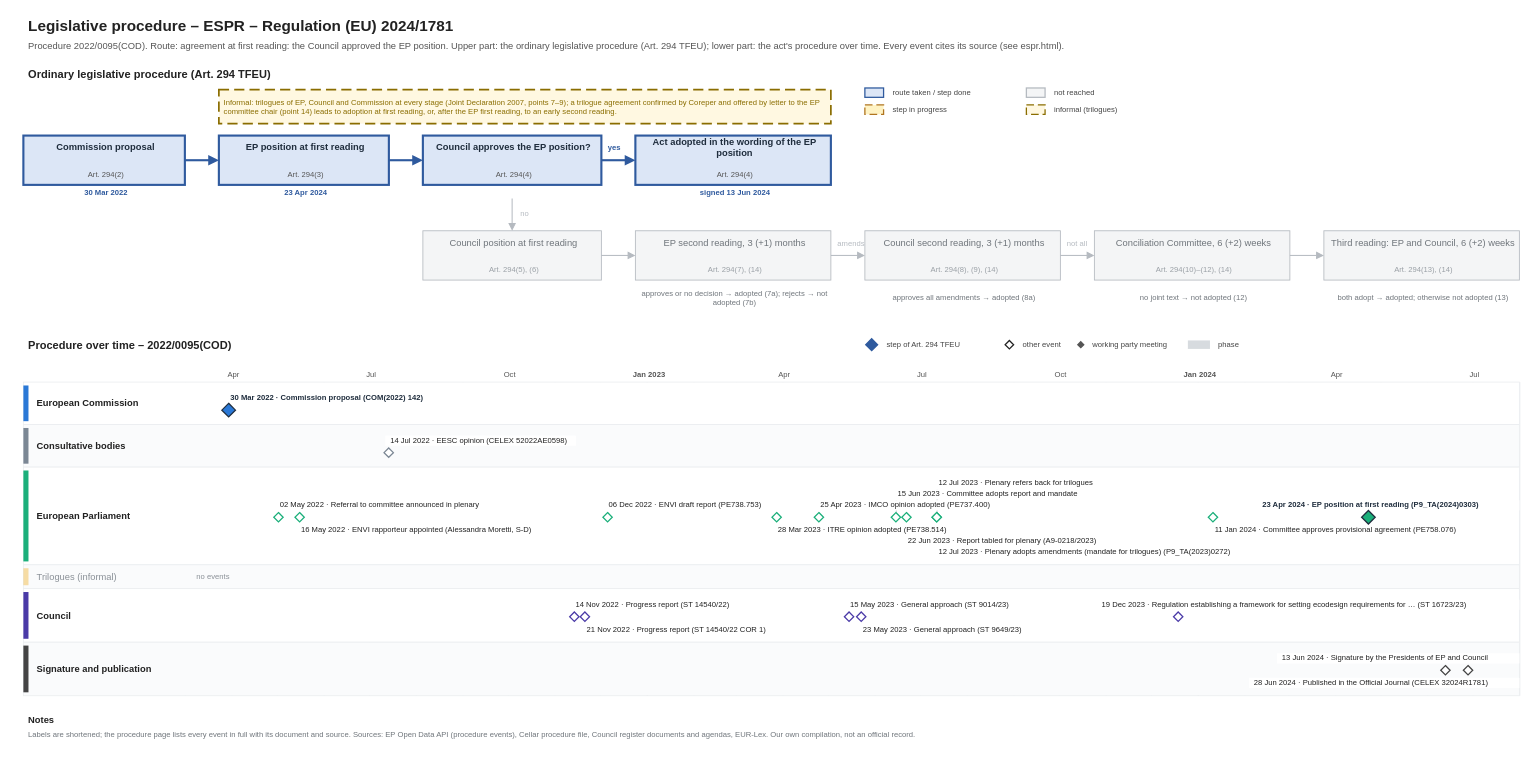
Earlier version of the draw.io diagram procedures/espr.drawio (git-z0man/eu-regulation-timeline). Source tidied: cells renumbered, new cells numbered last; positions are measured from the earlier drawing's top-left corner, leaving out a move shared by most shapes. Both pictures are drawn from the tidied source at 85%, with x=0, y=0 at pixel (14, 14).
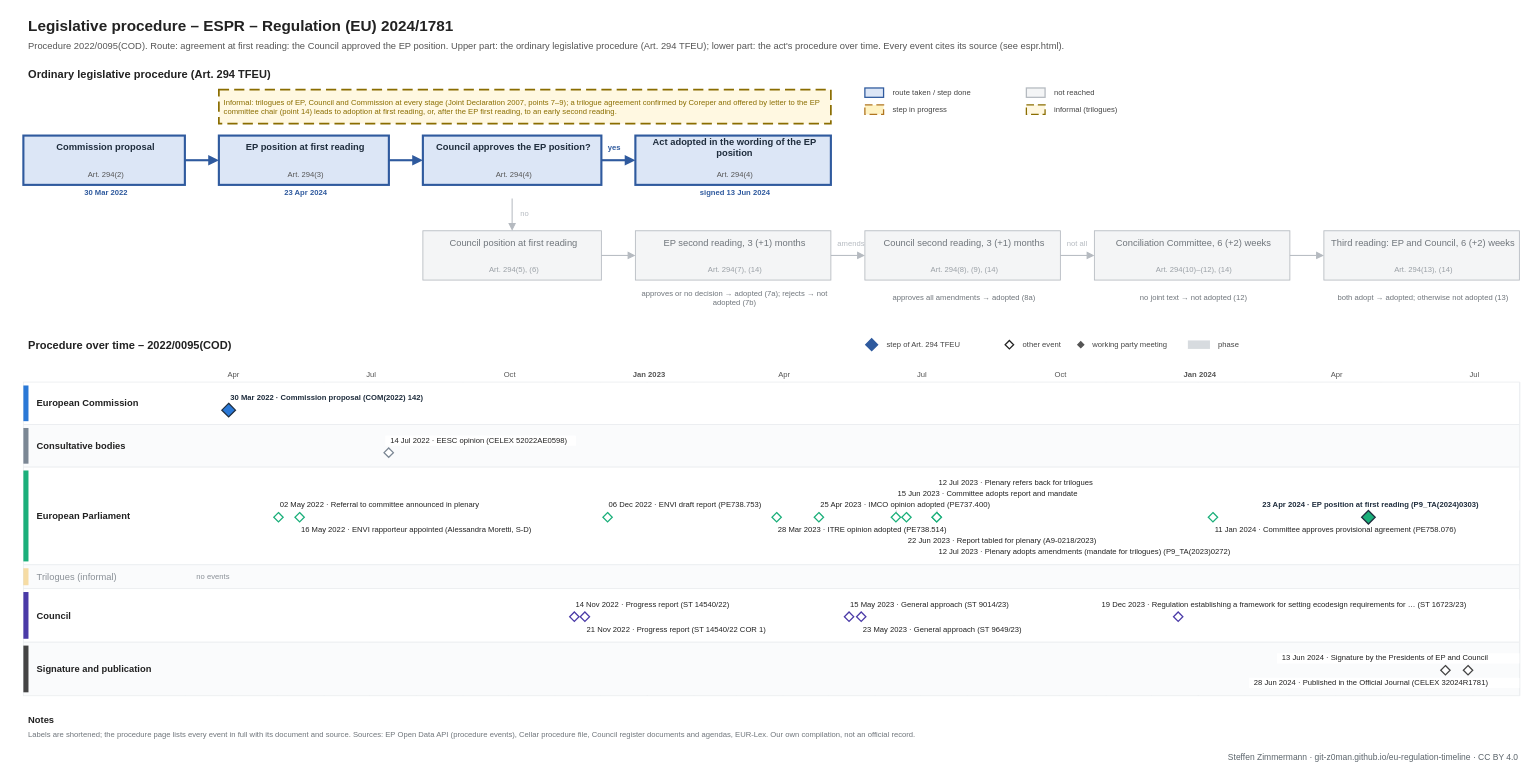
The same diagram, later.

The edit, as a diff of the source:
```diff
@@
+    <mxCell id="175" value="Steffen Zimmermann · git-z0man.github.io/eu-regulation-timeline · CC BY 4.0" style="text;html=1;fontSize=10;fontColor=#5b646b;align=right;verticalAlign=middle;spacingLeft=4;" parent="1" vertex="1">
+      <mxGeometry x="10" y="865" width="1760" height="16" as="geometry" />
+    </mxCell>
```
